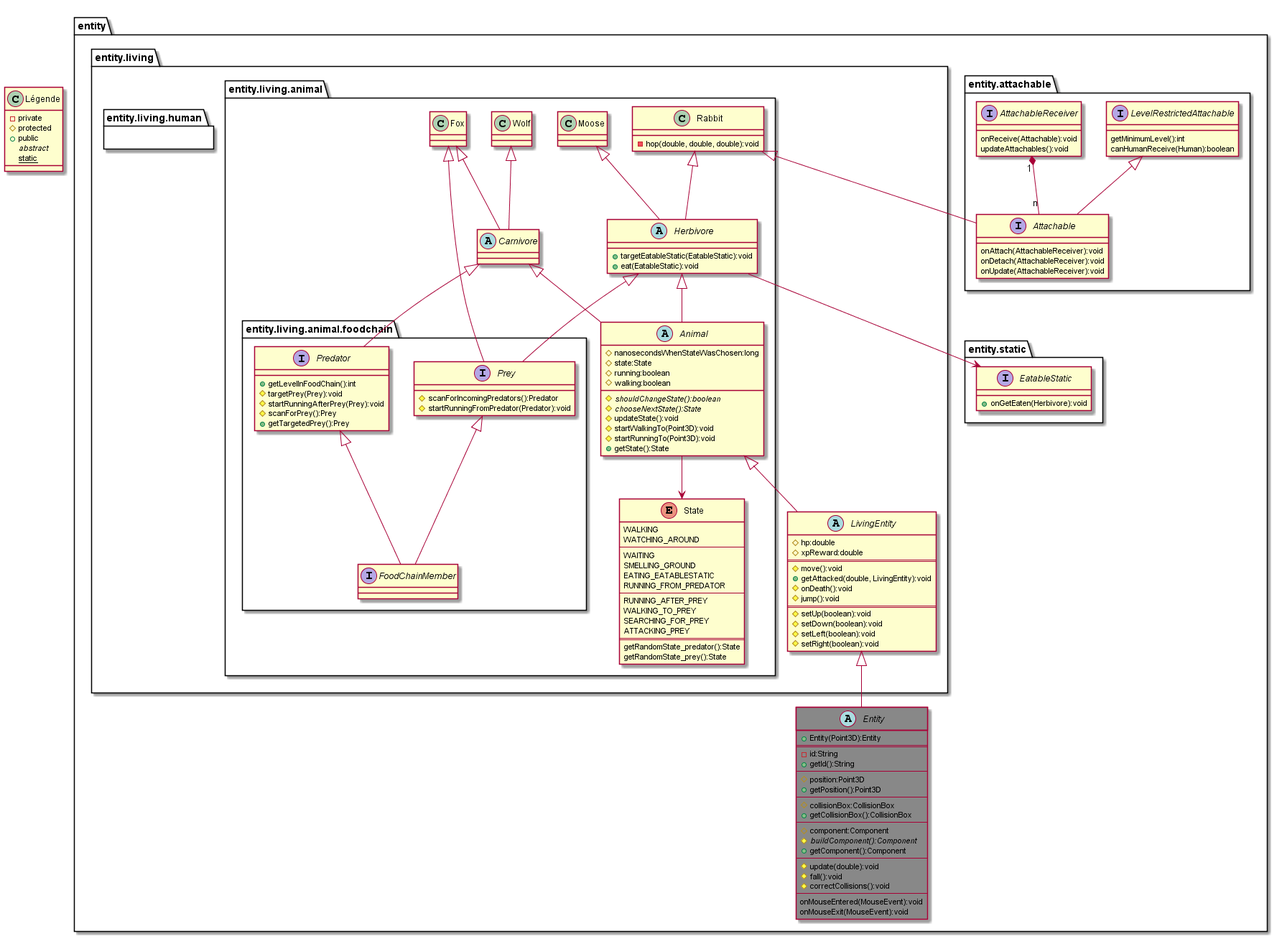
the-zucc/coureur-de-bois keeps this PlantUML diagram as uml/final/entity/living/animal.png. Above is the earlier version.
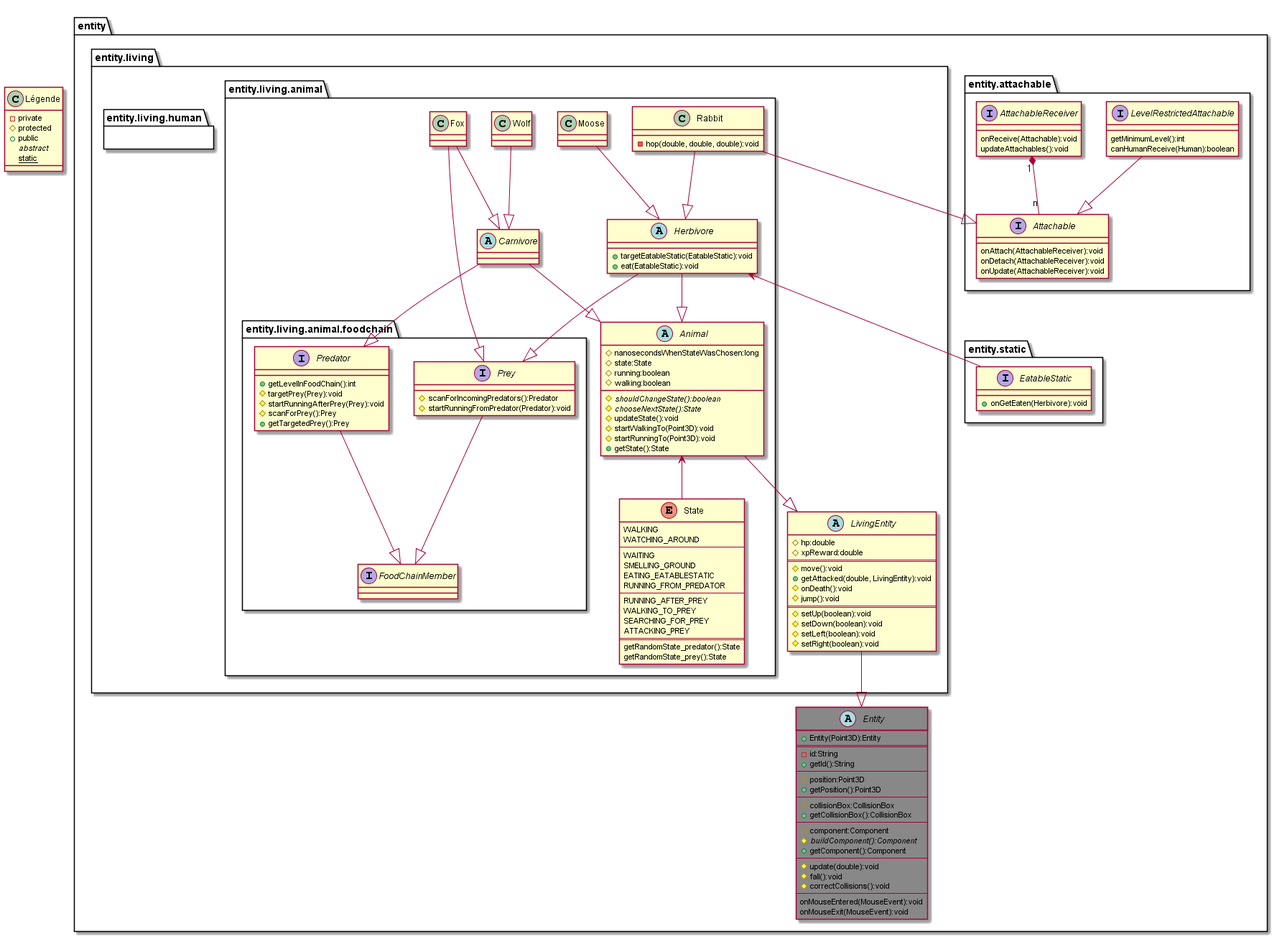
The same file after the commit.

Commit message:
inverse les directions des fleches de static, animal, human

The edit, as a diff of the source:
```diff
@@ -40,7 +40,7 @@
             getMinimumLevel():int
             canHumanReceive(Human):boolean
         }
-        LevelRestrictedAttachable <|-- Attachable
+        LevelRestrictedAttachable --|> Attachable
         interface AttachableReceiver{
             onReceive(Attachable):void
             updateAttachables():void
@@ -62,7 +62,7 @@
             # setLeft(boolean):void
             # setRight(boolean):void
         }
-        LivingEntity <|-- Entity
+        LivingEntity --|> Entity
         package entity.living.animal{
             enum State{
                 WALKING
@@ -93,8 +93,8 @@
                 # startRunningTo(Point3D):void
                 + getState():State
             }
-            Animal <|-- LivingEntity
-            Animal --> State
+            Animal --|> LivingEntity
+            Animal <-- State
             package entity.living.animal.foodchain{
                 interface FoodChainMember{
                 }
@@ -102,7 +102,7 @@
                     # scanForIncomingPredators():Predator
                     # startRunningFromPredator(Predator):void
                 }
-                Prey <|-- FoodChainMember
+                Prey --|> FoodChainMember
                 interface Predator{
                     + getLevelInFoodChain():int
                     # targetPrey(Prey):void
@@ -110,32 +110,32 @@
                     # scanForPrey():Prey
                     + getTargetedPrey():Prey
                 }
-                Predator <|-- FoodChainMember
+                Predator --|> FoodChainMember
             }
             abstract class Herbivore{
                 + targetEatableStatic(EatableStatic):void
                 + eat(EatableStatic):void
             }
-            Herbivore <|-- Animal
-            Herbivore <|-- Prey
+            Herbivore --|> Animal
+            Herbivore --|> Prey
             abstract class Carnivore{
 
             }
-            Carnivore <|-- Animal
-            Carnivore <|-- Predator
+            Carnivore --|> Animal
+            Carnivore --|> Predator
 
             class Moose
-            Moose <|-- Herbivore
+            Moose --|> Herbivore
             class Rabbit{
                 - hop(double, double, double):void
             }
-            Rabbit <|-- Herbivore
-            Rabbit <|-- Attachable
+            Rabbit --|> Herbivore
+            Rabbit --|> Attachable
             class Fox
-            Fox <|-- Carnivore
-            Fox <|-- Prey
+            Fox --|> Carnivore
+            Fox --|> Prey
             class Wolf
-            Wolf <|-- Carnivore
+            Wolf --|> Carnivore
         }
         package entity.living.human{
         }
@@ -144,7 +144,7 @@
         interface EatableStatic{
             + onGetEaten(Herbivore):void
         }
-        Herbivore --> EatableStatic
+        Herbivore <-- EatableStatic
     }
 }
 @enduml
```
